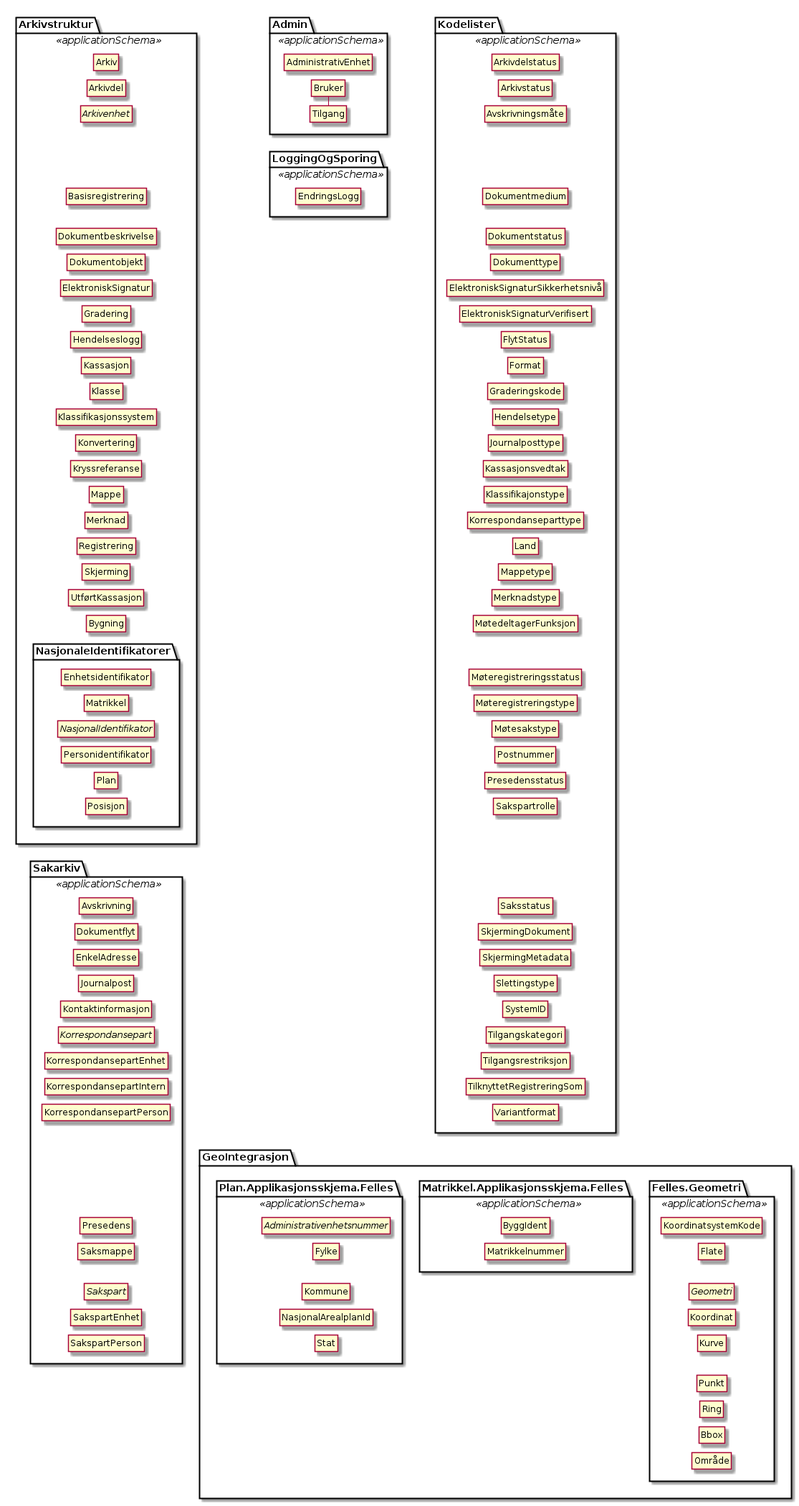
Earlier version of the PlantUML export kapitler/media/uml-pakker-og-tilhoerende-klasser.png (arkivverket/noark5-tjenestegrensesnitt-standard). The source it was exported from:
```plantuml
@startuml
hide circle
hide empty members
skinparam ranksep 12

package Arkivstruktur <<applicationSchema>> {
  class Arkiv
  class Arkivdel
  abstract class Arkivenhet
  class Basisregistrering
  class Dokumentbeskrivelse
  class Dokumentobjekt
  class ElektroniskSignatur
  class Gradering
  class Hendelseslogg
  class Kassasjon
  class Klasse
  class Klassifikasjonssystem
  class Konvertering
  class Kryssreferanse
  class Mappe
  class Merknad
  class Registrering
  class Skjerming
  class UtførtKassasjon

  Arkiv -[hidden]- Arkivdel
  Arkivdel -[hidden]- Arkivenhet
  Arkivenhet -[hidden]-  Basisregistrering
  Basisregistrering -[hidden]-  Dokumentbeskrivelse
  Dokumentbeskrivelse -[hidden]-  Dokumentobjekt
  Dokumentobjekt -[hidden]-  ElektroniskSignatur
  ElektroniskSignatur -[hidden]-  Gradering
  Gradering -[hidden]-  Hendelseslogg
  Hendelseslogg -[hidden]-  Kassasjon
  Kassasjon -[hidden]-  Klasse
  Klasse -[hidden]-  Klassifikasjonssystem
  Klassifikasjonssystem -[hidden]-  Konvertering
  Konvertering -[hidden]-  Kryssreferanse
  Kryssreferanse -[hidden]-  Mappe
  Mappe -[hidden]-  Merknad
  Merknad -[hidden]-  Registrering
  Registrering -[hidden]-  Skjerming
  Skjerming -[hidden]-  UtførtKassasjon
  UtførtKassasjon -[hidden]- Bygning

  package NasjonaleIdentifikatorer {
    class Bygning
    class Enhetsidentifikator
    class Matrikkel
    abstract class NasjonalIdentifikator
    class Personidentifikator
    class Plan
    class Posisjon

    Bygning -[hidden]- Enhetsidentifikator
    Enhetsidentifikator -[hidden]- Matrikkel
    Matrikkel -[hidden]- NasjonalIdentifikator
    NasjonalIdentifikator -[hidden]- Personidentifikator
    Personidentifikator -[hidden]- Plan
    Plan -[hidden]- Posisjon
  }
}
package Sakarkiv <<applicationSchema>> {
  class Avskrivning
  class Dokumentflyt
  class EnkelAdresse
  class Journalpost
  class Kontaktinformasjon
  abstract class Korrespondansepart
  class KorrespondansepartEnhet
  class KorrespondansepartIntern
  class KorrespondansepartPerson
  class Presedens
  class Saksmappe
  abstract class Sakspart
  class SakspartEnhet
  class SakspartPerson

  Posisjon -[hidden]- Avskrivning
  Avskrivning -[hidden]- Dokumentflyt
  Dokumentflyt -[hidden]- EnkelAdresse
  EnkelAdresse -[hidden]- Journalpost
  Journalpost -[hidden]- Kontaktinformasjon
  Kontaktinformasjon -[hidden]- Korrespondansepart
  Korrespondansepart -[hidden]- KorrespondansepartEnhet
  KorrespondansepartEnhet -[hidden]- KorrespondansepartIntern
  KorrespondansepartIntern -[hidden]- KorrespondansepartPerson
  KorrespondansepartPerson -[hidden]- Presedens
  Presedens -[hidden]- Saksmappe
  Saksmappe -[hidden]- Sakspart
  Sakspart -[hidden]- SakspartEnhet
  SakspartEnhet -[hidden]- SakspartPerson
}
package Admin <<applicationSchema>> {
  class AdministrativEnhet
  class Bruker
  class Tilgang

  AdministrativEnhet -[hidden]- Bruker
  Bruker --Tilgang
}
package LoggingOgSporing <<applicationSchema>> {
  class EndringsLogg

  Tilgang -[hidden]- EndringsLogg
}
package Kodelister <<applicationSchema>> {
  class Arkivdelstatus
  class Arkivstatus
  class Avskrivningsmåte
  class Dokumentmedium
  class Dokumentstatus
  class Dokumenttype
  class ElektroniskSignaturSikkerhetsnivå
  class ElektroniskSignaturVerifisert
  class FlytStatus
  class Format
  class Graderingskode
  class Hendelsetype
  class Journalposttype
  class Kassasjonsvedtak
  class Klassifikajonstype
  class Korrespondanseparttype
  class Land
  class Mappetype
  class Merknadstype
  class MøtedeltagerFunksjon
  class Møteregistreringsstatus
  class Møteregistreringstype
  class Møtesakstype
  class Postnummer
  class Presedensstatus
  class Sakspartrolle
  class Saksstatus
  class SkjermingDokument
  class SkjermingMetadata
  class Slettingstype
  class SystemID
  class Tilgangskategori
  class Tilgangsrestriksjon
  class TilknyttetRegistreringSom
  class Variantformat

  Arkivdelstatus -[hidden]- Arkivstatus
  Arkivstatus -[hidden]- Avskrivningsmåte
  Avskrivningsmåte -[hidden]- Dokumentmedium
  Dokumentmedium -[hidden]- Dokumentstatus
  Dokumentstatus -[hidden]- Dokumenttype
  Dokumenttype -[hidden]- ElektroniskSignaturSikkerhetsnivå
  ElektroniskSignaturSikkerhetsnivå -[hidden]- ElektroniskSignaturVerifisert
  ElektroniskSignaturVerifisert -[hidden]- FlytStatus
  FlytStatus -[hidden]- Format
  Format -[hidden]- Graderingskode
  Graderingskode -[hidden]- Hendelsetype
  Hendelsetype -[hidden]- Journalposttype
  Journalposttype -[hidden]- Kassasjonsvedtak
  Kassasjonsvedtak -[hidden]- Klassifikajonstype
  Klassifikajonstype -[hidden]- Korrespondanseparttype
  Korrespondanseparttype -[hidden]- Land
  Land -[hidden]- Mappetype
  Mappetype -[hidden]- Merknadstype
  Merknadstype -[hidden]- MøtedeltagerFunksjon
  MøtedeltagerFunksjon -[hidden]- Møteregistreringsstatus
  Møteregistreringsstatus -[hidden]- Møteregistreringstype
  Møteregistreringstype -[hidden]- Møtesakstype
  Møtesakstype -[hidden]- Postnummer
  Postnummer -[hidden]- Presedensstatus
  Presedensstatus -[hidden]- Sakspartrolle
  Sakspartrolle -[hidden]- Saksstatus
  Saksstatus -[hidden]- SkjermingDokument
  SkjermingDokument -[hidden]- SkjermingMetadata
  SkjermingMetadata -[hidden]- Slettingstype
  Slettingstype -[hidden]- SystemID
  SystemID -[hidden]- Tilgangskategori
  Tilgangskategori -[hidden]- Tilgangsrestriksjon
  Tilgangsrestriksjon -[hidden]- TilknyttetRegistreringSom
  TilknyttetRegistreringSom -[hidden]- Variantformat
}
package GeoIntegrasjon {

  package Felles.Geometri <<applicationSchema>> {
    class KoordinatsystemKode
    class Flate
    abstract class Geometri
    class Koordinat
    class Kurve
    class Punkt
    class Ring
    class Bbox
    class Område

    KoordinatsystemKode -[hidden]- Flate
    Flate -[hidden]- Geometri
    Geometri -[hidden]- Koordinat
    Koordinat -[hidden]- Kurve
    Kurve -[hidden]- Punkt
    Punkt -[hidden]- Ring
    Ring -[hidden]- Bbox
    Bbox -[hidden]- Område
  }

  package Matrikkel.Applikasjonsskjema.Felles <<applicationSchema>> {
    class ByggIdent
    class Matrikkelnummer

    ByggIdent -[hidden]- Matrikkelnummer
  }

  package Plan.Applikasjonsskjema.Felles <<applicationSchema>> {
    abstract class Administrativenhetsnummer
    class Fylke
    class Kommune
    class NasjonalArealplanId
    class Stat

    Administrativenhetsnummer -[hidden]- Fylke
    Fylke -[hidden]- Kommune
    Kommune -[hidden]- NasjonalArealplanId
    NasjonalArealplanId -[hidden]- Stat
  }

  Variantformat -[hidden]- KoordinatsystemKode
  Variantformat -[hidden]- ByggIdent
  Variantformat -[hidden]- Administrativenhetsnummer
}
@enduml
```
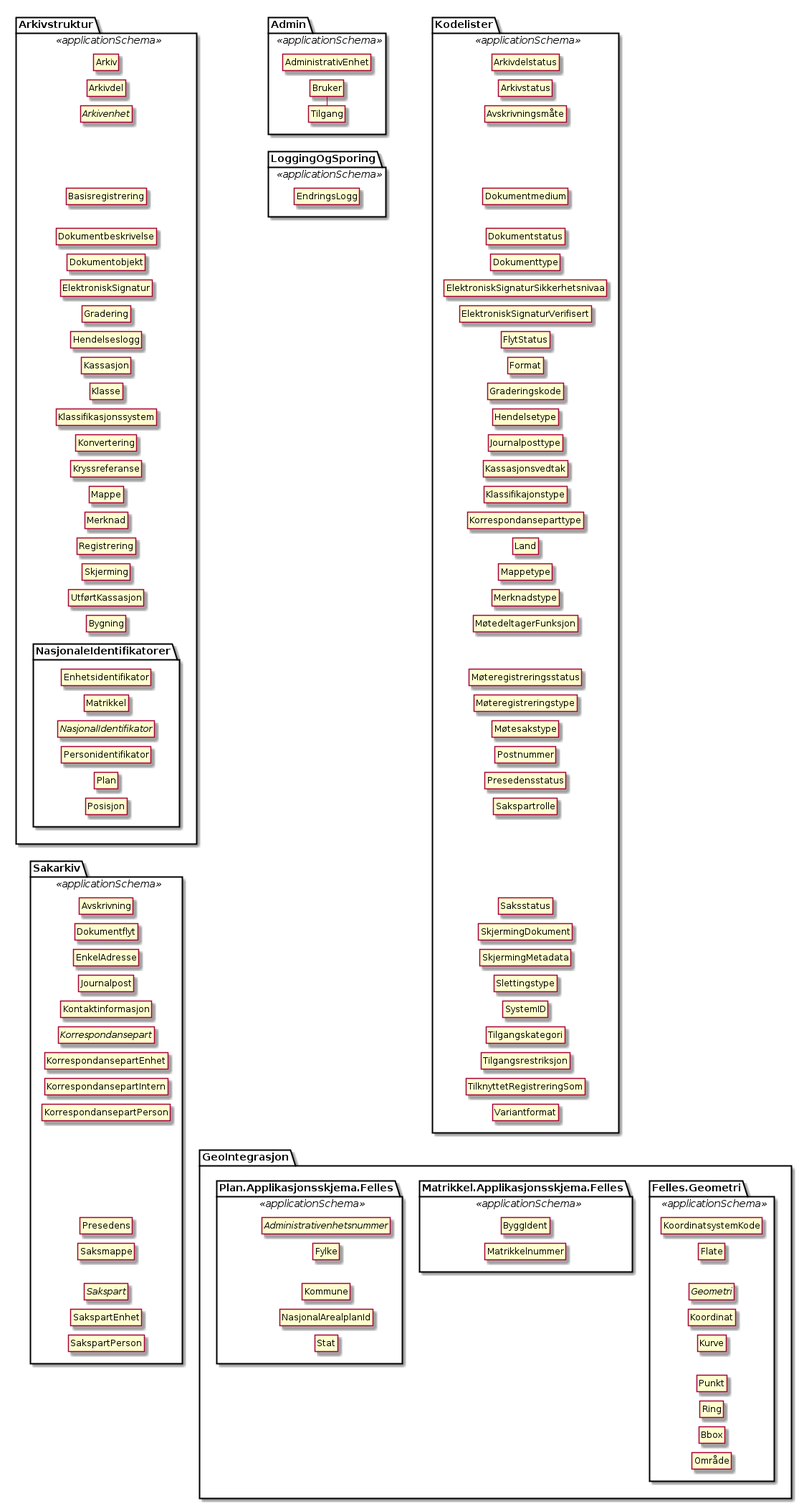
The same file after the commit.

Change to the diagram source:
```diff
@@ -112,7 +112,7 @@
   class Dokumentmedium
   class Dokumentstatus
   class Dokumenttype
-  class ElektroniskSignaturSikkerhetsnivå
+  class ElektroniskSignaturSikkerhetsnivaa
   class ElektroniskSignaturVerifisert
   class FlytStatus
   class Format
@@ -147,8 +147,8 @@
   Avskrivningsmåte -[hidden]- Dokumentmedium
   Dokumentmedium -[hidden]- Dokumentstatus
   Dokumentstatus -[hidden]- Dokumenttype
-  Dokumenttype -[hidden]- ElektroniskSignaturSikkerhetsnivå
-  ElektroniskSignaturSikkerhetsnivå -[hidden]- ElektroniskSignaturVerifisert
+  Dokumenttype -[hidden]- ElektroniskSignaturSikkerhetsnivaa
+  ElektroniskSignaturSikkerhetsnivaa -[hidden]- ElektroniskSignaturVerifisert
   ElektroniskSignaturVerifisert -[hidden]- FlytStatus
   FlytStatus -[hidden]- Format
   Format -[hidden]- Graderingskode
```
